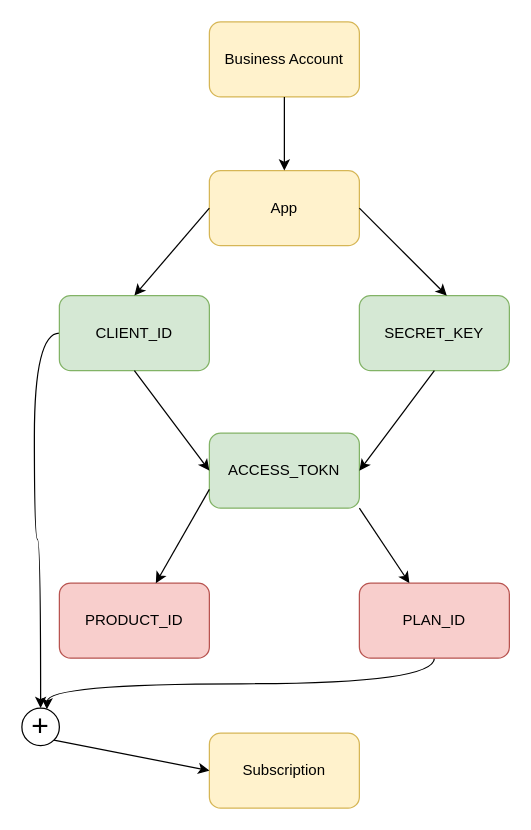
The draw.io diagram Untitled Diagram.drawio in tarikwaleed/diagrams, before the edit. Source tidied: cells renumbered, new cells numbered last; positions are measured from the earlier drawing's top-left corner, leaving out a move shared by most shapes. Both pictures are drawn from the tidied source at 125%, with x=0, y=0 at pixel (21, 21).
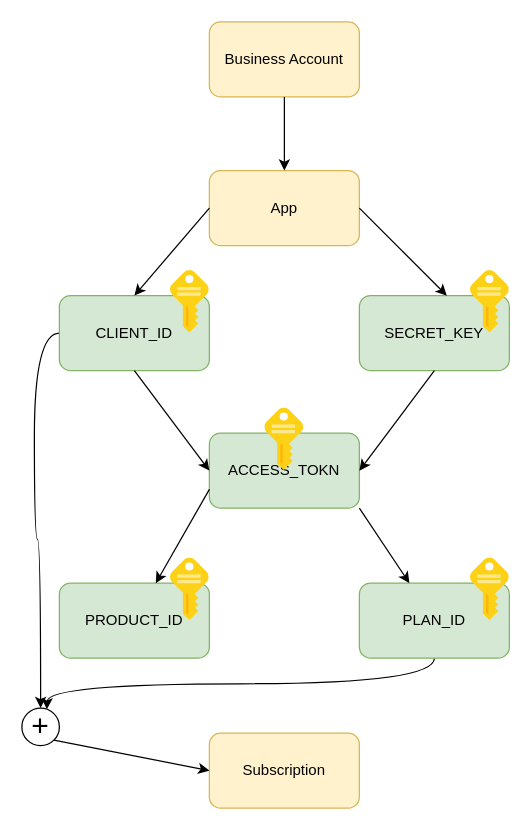
The same diagram, later.

Diff of the diagram source:
```diff
@@
-    <mxCell id="6" value="PRODUCT_ID" style="rounded=1;whiteSpace=wrap;html=1;fillColor=#f8cecc;strokeColor=#b85450;" parent="1" vertex="1">
+    <mxCell id="6" value="PRODUCT_ID" style="rounded=1;whiteSpace=wrap;html=1;fillColor=#d5e8d4;strokeColor=#82b366;" parent="1" vertex="1">
       <mxGeometry x="30" y="449" width="120" height="60" as="geometry" />
     </mxCell>
@@
-    <mxCell id="9" value="PLAN_ID" style="rounded=1;whiteSpace=wrap;html=1;fillColor=#f8cecc;strokeColor=#b85450;" parent="1" vertex="1">
+    <mxCell id="9" value="PLAN_ID" style="rounded=1;whiteSpace=wrap;html=1;fillColor=#d5e8d4;strokeColor=#82b366;" parent="1" vertex="1">
       <mxGeometry x="270" y="449" width="120" height="60" as="geometry" />
     </mxCell>
@@
+    <mxCell id="21" style="image;sketch=0;html=1;align=center;fontSize=12;image=img/lib/mscae/Key.svg;" parent="1" vertex="1">
+      <mxGeometry x="119" y="199" width="31" height="50" as="geometry" />
+    </mxCell>
+    <mxCell id="22" style="image;sketch=0;html=1;align=center;fontSize=12;image=img/lib/mscae/Key.svg;" parent="1" vertex="1">
+      <mxGeometry x="359" y="199" width="31" height="50" as="geometry" />
+    </mxCell>
+    <mxCell id="23" style="image;sketch=0;html=1;align=center;fontSize=12;image=img/lib/mscae/Key.svg;" parent="1" vertex="1">
+      <mxGeometry x="359" y="429" width="31" height="50" as="geometry" />
+    </mxCell>
+    <mxCell id="24" style="image;sketch=0;html=1;align=center;fontSize=12;image=img/lib/mscae/Key.svg;" parent="1" vertex="1">
+      <mxGeometry x="119" y="429" width="31" height="50" as="geometry" />
+    </mxCell>
+    <mxCell id="25" style="image;sketch=0;html=1;align=center;fontSize=12;image=img/lib/mscae/Key.svg;" parent="1" vertex="1">
+      <mxGeometry x="194.5" y="309" width="31" height="50" as="geometry" />
+    </mxCell>
```
